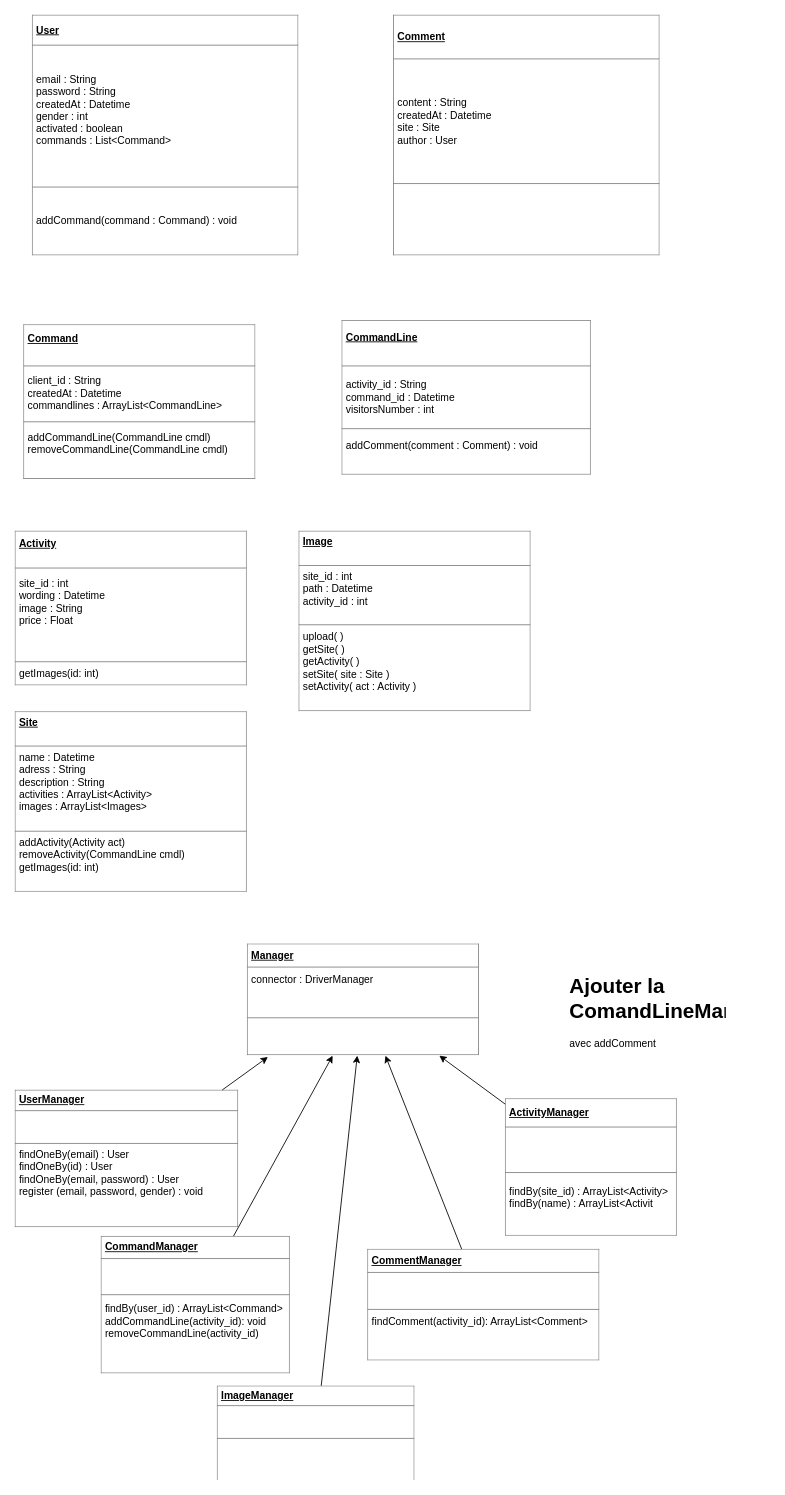
Earlier version of the draw.io diagram page "Beans" (1 of 3) of doc/conception.drawio (arseneRuben/E_Commerce_JEE). Source tidied: cells renumbered, new cells numbered last; positions are measured from the earlier drawing's top-left corner, leaving out a move shared by most shapes. Both pictures are drawn from the tidied source at 86%, with x=0, y=0 at pixel (15, 15).
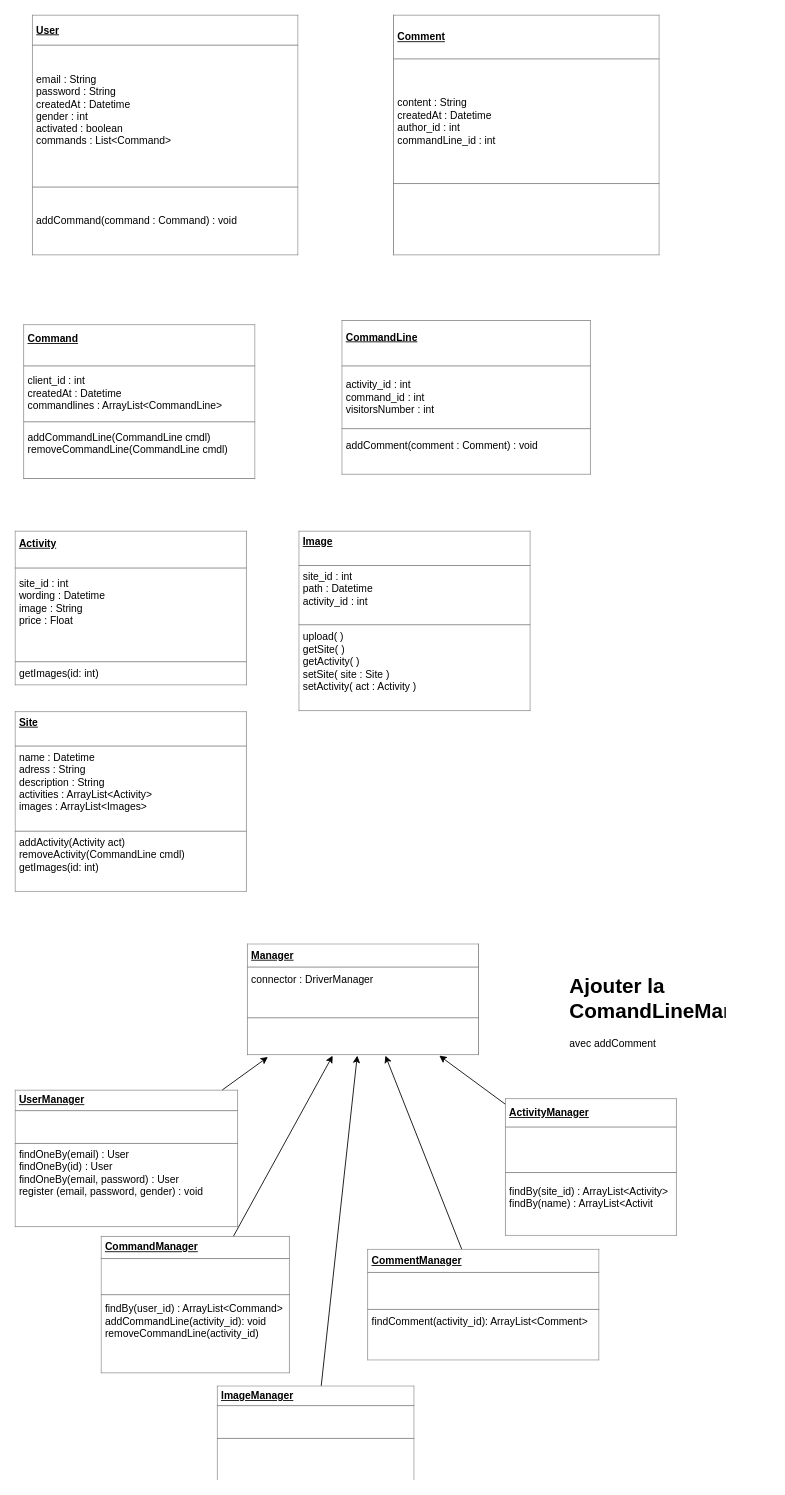
The same diagram, later.

The edit, as a diff of the source:
```diff
@@
-    <mxCell id="3" value="&lt;table border=&quot;1&quot; width=&quot;100%&quot; height=&quot;100%&quot; cellpadding=&quot;4&quot; style=&quot;width:100%;height:100%;border-collapse:collapse;&quot;&gt;&lt;tbody&gt;&lt;tr&gt;&lt;th&gt;&lt;u&gt;Comment&lt;/u&gt;&lt;/th&gt;&lt;/tr&gt;&lt;tr&gt;&lt;td&gt;content : String&lt;br&gt;createdAt : Datetime&lt;br&gt;site : Site&amp;nbsp;&lt;br&gt;author : User&lt;/td&gt;&lt;/tr&gt;&lt;tr&gt;&lt;td&gt;&lt;br&gt;&lt;br&gt;&lt;/td&gt;&lt;/tr&gt;&lt;/tbody&gt;&lt;/table&gt;" style="text;html=1;strokeColor=none;fillColor=none;overflow=fill;align=left;" parent="1" vertex="1">
+    <mxCell id="3" value="&lt;table border=&quot;1&quot; width=&quot;100%&quot; height=&quot;100%&quot; cellpadding=&quot;4&quot; style=&quot;width:100%;height:100%;border-collapse:collapse;&quot;&gt;&lt;tbody&gt;&lt;tr&gt;&lt;th&gt;&lt;u&gt;Comment&lt;/u&gt;&lt;/th&gt;&lt;/tr&gt;&lt;tr&gt;&lt;td&gt;content : String&lt;br&gt;createdAt : Datetime&lt;br&gt;author_id : int&lt;br&gt;commandLine_id : int&lt;/td&gt;&lt;/tr&gt;&lt;tr&gt;&lt;td&gt;&lt;br&gt;&lt;br&gt;&lt;/td&gt;&lt;/tr&gt;&lt;/tbody&gt;&lt;/table&gt;" style="text;html=1;strokeColor=none;fillColor=none;overflow=fill;align=left;" parent="1" vertex="1">
       <mxGeometry x="440" width="310" height="280" as="geometry" />
     </mxCell>
-    <mxCell id="4" value="&lt;table border=&quot;1&quot; width=&quot;100%&quot; height=&quot;100%&quot; cellpadding=&quot;4&quot; style=&quot;width:100%;height:100%;border-collapse:collapse;&quot;&gt;&lt;tbody&gt;&lt;tr&gt;&lt;th&gt;&lt;u&gt;Command&lt;br&gt;&lt;br&gt;&lt;/u&gt;&lt;/th&gt;&lt;/tr&gt;&lt;tr&gt;&lt;td&gt;client_id : String&lt;br&gt;createdAt : Datetime&lt;br&gt;commandlines : ArrayList&amp;lt;CommandLine&amp;gt;&lt;/td&gt;&lt;/tr&gt;&lt;tr&gt;&lt;td&gt;addCommandLine(CommandLine cmdl)&lt;br&gt;removeCommandLine(CommandLine cmdl)&lt;br&gt;&lt;br&gt;&lt;/td&gt;&lt;/tr&gt;&lt;/tbody&gt;&lt;/table&gt;" style="text;html=1;strokeColor=none;fillColor=none;overflow=fill;align=left;" parent="1" vertex="1">
+    <mxCell id="4" value="&lt;table border=&quot;1&quot; width=&quot;100%&quot; height=&quot;100%&quot; cellpadding=&quot;4&quot; style=&quot;width:100%;height:100%;border-collapse:collapse;&quot;&gt;&lt;tbody&gt;&lt;tr&gt;&lt;th&gt;&lt;u&gt;Command&lt;br&gt;&lt;br&gt;&lt;/u&gt;&lt;/th&gt;&lt;/tr&gt;&lt;tr&gt;&lt;td&gt;client_id : int&lt;br&gt;createdAt : Datetime&lt;br&gt;commandlines : ArrayList&amp;lt;CommandLine&amp;gt;&lt;/td&gt;&lt;/tr&gt;&lt;tr&gt;&lt;td&gt;addCommandLine(CommandLine cmdl)&lt;br&gt;removeCommandLine(CommandLine cmdl)&lt;br&gt;&lt;br&gt;&lt;/td&gt;&lt;/tr&gt;&lt;/tbody&gt;&lt;/table&gt;" style="text;html=1;strokeColor=none;fillColor=none;overflow=fill;align=left;" parent="1" vertex="1">
       <mxGeometry x="10" y="360" width="270" height="180" as="geometry" />
     </mxCell>
-    <mxCell id="5" value="&lt;table border=&quot;1&quot; width=&quot;100%&quot; height=&quot;100%&quot; cellpadding=&quot;4&quot; style=&quot;width:100%;height:100%;border-collapse:collapse;&quot;&gt;&lt;tbody&gt;&lt;tr&gt;&lt;th&gt;&lt;u&gt;CommandLine&lt;br&gt;&lt;br&gt;&lt;/u&gt;&lt;/th&gt;&lt;/tr&gt;&lt;tr&gt;&lt;td&gt;activity_id : String&lt;br&gt;command_id : Datetime&lt;br&gt;visitorsNumber : int&lt;/td&gt;&lt;/tr&gt;&lt;tr&gt;&lt;td&gt;addComment(comment : Comment) : void&lt;br&gt;&lt;br&gt;&lt;/td&gt;&lt;/tr&gt;&lt;/tbody&gt;&lt;/table&gt;" style="text;html=1;strokeColor=none;fillColor=none;overflow=fill;align=left;" parent="1" vertex="1">
+    <mxCell id="5" value="&lt;table border=&quot;1&quot; width=&quot;100%&quot; height=&quot;100%&quot; cellpadding=&quot;4&quot; style=&quot;width:100%;height:100%;border-collapse:collapse;&quot;&gt;&lt;tbody&gt;&lt;tr&gt;&lt;th&gt;&lt;u&gt;CommandLine&lt;br&gt;&lt;br&gt;&lt;/u&gt;&lt;/th&gt;&lt;/tr&gt;&lt;tr&gt;&lt;td&gt;activity_id : int&lt;br&gt;command_id : int&lt;br&gt;visitorsNumber : int&lt;/td&gt;&lt;/tr&gt;&lt;tr&gt;&lt;td&gt;addComment(comment : Comment) : void&lt;br&gt;&lt;br&gt;&lt;/td&gt;&lt;/tr&gt;&lt;/tbody&gt;&lt;/table&gt;" style="text;html=1;strokeColor=none;fillColor=none;overflow=fill;align=left;" parent="1" vertex="1">
       <mxGeometry x="380" y="355" width="290" height="180" as="geometry" />
     </mxCell>
```
